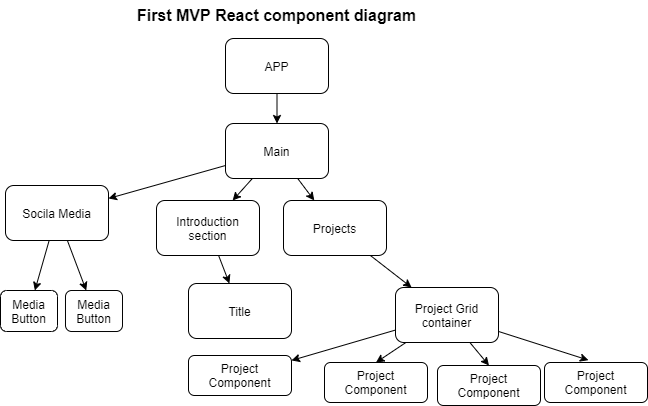
Earlier version of the draw.io export component-diagram.drawio.png (Rubengon84/portfolio2.0). Source tidied: cells renumbered, new cells last; positions are measured from the earlier drawing's top-left corner, leaving out a move shared by most shapes.
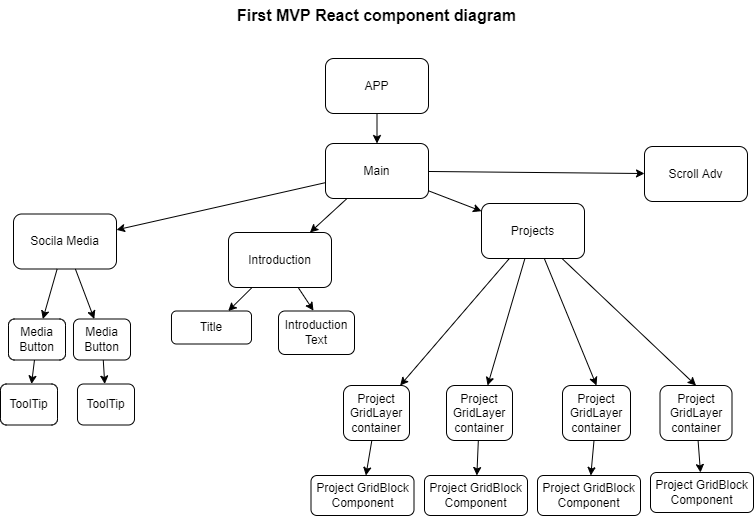
Above is the later version.

Diff of the diagram source:
```diff
@@ -9,19 +9,33 @@
       <mxGeometry relative="1" as="geometry" />
     </mxCell>
     <mxCell id="4" value="&lt;font color=&quot;#000000&quot;&gt;APP&lt;/font&gt;" style="rounded=1;whiteSpace=wrap;html=1;fillColor=none;strokeColor=#000000;" parent="1" vertex="1">
-      <mxGeometry x="225" y="38" width="103" height="55" as="geometry" />
+      <mxGeometry x="225" y="61" width="103" height="55" as="geometry" />
     </mxCell>
     <mxCell id="5" style="edgeStyle=none;html=1;fontColor=#000000;strokeColor=#000000;" parent="1" edge="1" source="6" target="12">
       <mxGeometry relative="1" as="geometry" />
     </mxCell>
+    <mxCell id="28" style="edgeStyle=none;html=1;strokeColor=#000000;" parent="1" edge="1" source="6">
+      <mxGeometry relative="1" as="geometry">
+        <mxPoint x="213" y="313.2" as="targetPoint" />
+      </mxGeometry>
+    </mxCell>
-    <mxCell id="6" value="&lt;font color=&quot;#000000&quot;&gt;Introduction section&lt;/font&gt;" style="rounded=1;whiteSpace=wrap;html=1;fillColor=none;strokeColor=#000000;" parent="1" vertex="1">
-      <mxGeometry x="156" y="200" width="103" height="55" as="geometry" />
+    <mxCell id="6" value="&lt;font color=&quot;#000000&quot;&gt;Introduction&lt;/font&gt;" style="rounded=1;whiteSpace=wrap;html=1;fillColor=none;strokeColor=#000000;" parent="1" vertex="1">
+      <mxGeometry x="128" y="235" width="103" height="55" as="geometry" />
     </mxCell>
     <mxCell id="7" style="edgeStyle=none;html=1;fontColor=#000000;strokeColor=#000000;" parent="1" edge="1" source="8" target="17">
       <mxGeometry relative="1" as="geometry" />
     </mxCell>
+    <mxCell id="29" style="edgeStyle=none;html=1;fontColor=#000000;strokeColor=#000000;" parent="1" edge="1" source="8" target="40">
+      <mxGeometry relative="1" as="geometry" />
+    </mxCell>
+    <mxCell id="30" style="edgeStyle=none;html=1;entryX=0.5;entryY=0;entryDx=0;entryDy=0;fontColor=#000000;strokeColor=#000000;" parent="1" edge="1" source="8" target="42">
+      <mxGeometry relative="1" as="geometry" />
+    </mxCell>
+    <mxCell id="31" style="edgeStyle=none;html=1;entryX=0.5;entryY=0;entryDx=0;entryDy=0;fontColor=#000000;strokeColor=#000000;" parent="1" edge="1" source="8" target="44">
+      <mxGeometry relative="1" as="geometry" />
+    </mxCell>
     <mxCell id="8" value="&lt;font color=&quot;#000000&quot;&gt;Projects&lt;/font&gt;" style="rounded=1;whiteSpace=wrap;html=1;fillColor=none;strokeColor=#000000;" parent="1" vertex="1">
-      <mxGeometry x="283" y="200" width="103" height="55" as="geometry" />
+      <mxGeometry x="381" y="206" width="103" height="55" as="geometry" />
     </mxCell>
     <mxCell id="9" style="edgeStyle=none;html=1;strokeColor=#000000;" parent="1" edge="1" source="11" target="26">
       <mxGeometry relative="1" as="geometry" />
@@ -30,40 +44,31 @@
       <mxGeometry relative="1" as="geometry" />
     </mxCell>
     <mxCell id="11" value="&lt;font color=&quot;#000000&quot;&gt;Socila Media&lt;/font&gt;" style="rounded=1;whiteSpace=wrap;html=1;fillColor=none;strokeColor=#000000;" parent="1" vertex="1">
-      <mxGeometry x="5" y="185" width="103" height="55" as="geometry" />
+      <mxGeometry x="-87" y="216.5" width="103" height="55" as="geometry" />
     </mxCell>
     <mxCell id="12" value="&lt;font color=&quot;#000000&quot;&gt;Title&lt;/font&gt;" style="rounded=1;whiteSpace=wrap;html=1;fillColor=none;strokeColor=#000000;" parent="1" vertex="1">
-      <mxGeometry x="188" y="283" width="103" height="55" as="geometry" />
+      <mxGeometry x="71" y="313.5" width="80" height="33" as="geometry" />
     </mxCell>
     <mxCell id="13" style="edgeStyle=none;html=1;fontColor=#000000;strokeColor=#000000;" parent="1" edge="1" source="17" target="18">
       <mxGeometry relative="1" as="geometry" />
     </mxCell>
-    <mxCell id="14" style="edgeStyle=none;html=1;entryX=0.5;entryY=0;entryDx=0;entryDy=0;fontColor=#000000;strokeColor=#000000;" parent="1" edge="1" source="17" target="19">
-      <mxGeometry relative="1" as="geometry" />
-    </mxCell>
-    <mxCell id="15" style="edgeStyle=none;html=1;entryX=0.5;entryY=0;entryDx=0;entryDy=0;fontColor=#000000;strokeColor=#000000;" parent="1" edge="1" source="17" target="20">
-      <mxGeometry relative="1" as="geometry" />
-    </mxCell>
-    <mxCell id="16" style="edgeStyle=none;html=1;entryX=0.427;entryY=-0.058;entryDx=0;entryDy=0;entryPerimeter=0;fontColor=#000000;strokeColor=#000000;" parent="1" edge="1" source="17" target="21">
-      <mxGeometry relative="1" as="geometry" />
-    </mxCell>
-    <mxCell id="17" value="&lt;font color=&quot;#000000&quot;&gt;Project Grid container&lt;/font&gt;" style="rounded=1;whiteSpace=wrap;html=1;fillColor=none;strokeColor=#000000;" parent="1" vertex="1">
-      <mxGeometry x="395" y="287" width="103" height="55" as="geometry" />
+    <mxCell id="17" value="&lt;font color=&quot;#000000&quot;&gt;Project GridLayer container&lt;/font&gt;" style="rounded=1;whiteSpace=wrap;html=1;fillColor=none;strokeColor=#000000;" parent="1" vertex="1">
+      <mxGeometry x="243" y="388" width="66" height="55" as="geometry" />
     </mxCell>
-    <mxCell id="18" value="&lt;font color=&quot;#000000&quot;&gt;Project Component&lt;/font&gt;" style="rounded=1;whiteSpace=wrap;html=1;fillColor=none;strokeColor=#000000;" parent="1" vertex="1">
-      <mxGeometry x="188" y="355" width="103" height="40" as="geometry" />
+    <mxCell id="18" value="&lt;span style=&quot;color: rgb(0 , 0 , 0)&quot;&gt;Project GridBlock Component&lt;/span&gt;" style="rounded=1;whiteSpace=wrap;html=1;fillColor=none;strokeColor=#000000;" parent="1" vertex="1">
+      <mxGeometry x="210.5" y="478" width="103" height="40" as="geometry" />
     </mxCell>
-    <mxCell id="19" value="&lt;font color=&quot;#000000&quot;&gt;Project Component&lt;/font&gt;" style="rounded=1;whiteSpace=wrap;html=1;fillColor=none;strokeColor=#000000;" parent="1" vertex="1">
-      <mxGeometry x="324" y="362" width="103" height="40" as="geometry" />
+    <mxCell id="19" value="&lt;span style=&quot;color: rgb(0 , 0 , 0)&quot;&gt;Project GridBlock Component&lt;/span&gt;" style="rounded=1;whiteSpace=wrap;html=1;fillColor=none;strokeColor=#000000;" parent="1" vertex="1">
+      <mxGeometry x="324" y="478" width="103" height="40" as="geometry" />
     </mxCell>
-    <mxCell id="20" value="&lt;font color=&quot;#000000&quot;&gt;Project Component&lt;/font&gt;" style="rounded=1;whiteSpace=wrap;html=1;fillColor=none;strokeColor=#000000;" parent="1" vertex="1">
-      <mxGeometry x="437" y="365" width="103" height="40" as="geometry" />
+    <mxCell id="20" value="&lt;font color=&quot;#000000&quot;&gt;Project GridBlock Component&lt;/font&gt;" style="rounded=1;whiteSpace=wrap;html=1;fillColor=none;strokeColor=#000000;" parent="1" vertex="1">
+      <mxGeometry x="437" y="478" width="103" height="40" as="geometry" />
     </mxCell>
-    <mxCell id="21" value="&lt;font color=&quot;#000000&quot;&gt;Project Component&lt;/font&gt;" style="rounded=1;whiteSpace=wrap;html=1;fillColor=none;strokeColor=#000000;" parent="1" vertex="1">
-      <mxGeometry x="544" y="362" width="103" height="40" as="geometry" />
+    <mxCell id="21" value="&lt;span style=&quot;color: rgb(0 , 0 , 0)&quot;&gt;Project GridBlock Component&lt;/span&gt;" style="rounded=1;whiteSpace=wrap;html=1;fillColor=none;strokeColor=#000000;" parent="1" vertex="1">
+      <mxGeometry x="550" y="475" width="103" height="40" as="geometry" />
     </mxCell>
     <mxCell id="22" value="&lt;font style=&quot;font-size: 16px&quot;&gt;&lt;b&gt;First MVP React component diagram&lt;/b&gt;&lt;/font&gt;" style="text;html=1;strokeColor=none;fillColor=none;align=center;verticalAlign=middle;whiteSpace=wrap;rounded=0;fontColor=#000000;" parent="1" vertex="1">
-      <mxGeometry x="126" width="301" height="30" as="geometry" />
+      <mxGeometry x="126" y="3" width="301" height="30" as="geometry" />
     </mxCell>
     <mxCell id="23" style="edgeStyle=none;html=1;strokeColor=#000000;" parent="1" edge="1" source="25" target="6">
       <mxGeometry relative="1" as="geometry" />
@@ -71,14 +76,53 @@
     <mxCell id="24" style="edgeStyle=none;html=1;strokeColor=#000000;" parent="1" edge="1" source="25" target="11">
       <mxGeometry relative="1" as="geometry" />
     </mxCell>
+    <mxCell id="32" style="edgeStyle=none;html=1;fontColor=#000000;strokeColor=#000000;" parent="1" edge="1" source="25" target="38">
+      <mxGeometry relative="1" as="geometry" />
+    </mxCell>
     <mxCell id="25" value="&lt;font color=&quot;#000000&quot;&gt;Main&lt;/font&gt;" style="rounded=1;whiteSpace=wrap;html=1;fillColor=none;strokeColor=#000000;" parent="1" vertex="1">
-      <mxGeometry x="225" y="123" width="103" height="55" as="geometry" />
+      <mxGeometry x="225" y="146" width="103" height="55" as="geometry" />
     </mxCell>
+    <mxCell id="33" style="edgeStyle=none;html=1;strokeColor=#000000;" parent="1" edge="1" source="26" target="36">
+      <mxGeometry relative="1" as="geometry" />
+    </mxCell>
     <mxCell id="26" value="&lt;font color=&quot;#000000&quot;&gt;Media Button&lt;/font&gt;" style="rounded=1;whiteSpace=wrap;html=1;fillColor=none;strokeColor=#000000;" parent="1" vertex="1">
-      <mxGeometry x="65" y="290" width="57" height="41" as="geometry" />
+      <mxGeometry x="-27" y="321.5" width="57" height="41" as="geometry" />
     </mxCell>
+    <mxCell id="34" style="edgeStyle=none;html=1;strokeColor=#000000;" parent="1" edge="1" source="27" target="35">
+      <mxGeometry relative="1" as="geometry" />
+    </mxCell>
     <mxCell id="27" value="&lt;font color=&quot;#000000&quot;&gt;Media Button&lt;/font&gt;" style="rounded=1;whiteSpace=wrap;html=1;fillColor=none;strokeColor=#000000;" parent="1" vertex="1">
-      <mxGeometry y="290" width="57" height="41" as="geometry" />
+      <mxGeometry x="-92" y="321.5" width="57" height="41" as="geometry" />
     </mxCell>
+    <mxCell id="35" value="&lt;font color=&quot;#000000&quot;&gt;ToolTip&lt;/font&gt;" style="rounded=1;whiteSpace=wrap;html=1;fillColor=none;strokeColor=#000000;" parent="1" vertex="1">
+      <mxGeometry x="-100" y="386.5" width="57" height="41" as="geometry" />
+    </mxCell>
+    <mxCell id="36" value="&lt;font color=&quot;#000000&quot;&gt;ToolTip&lt;/font&gt;" style="rounded=1;whiteSpace=wrap;html=1;fillColor=none;strokeColor=#000000;" parent="1" vertex="1">
+      <mxGeometry x="-23" y="386.5" width="57" height="41" as="geometry" />
+    </mxCell>
+    <mxCell id="37" value="&lt;font color=&quot;#000000&quot;&gt;Introduction Text&lt;/font&gt;" style="rounded=1;whiteSpace=wrap;html=1;strokeColor=#000000;fillColor=none;" parent="1" vertex="1">
+      <mxGeometry x="178" y="313.5" width="76" height="43.5" as="geometry" />
+    </mxCell>
+    <mxCell id="38" value="&lt;font color=&quot;#000000&quot;&gt;Scroll Adv&lt;/font&gt;" style="rounded=1;whiteSpace=wrap;html=1;fillColor=none;strokeColor=#000000;" parent="1" vertex="1">
+      <mxGeometry x="544" y="149" width="103" height="55" as="geometry" />
+    </mxCell>
+    <mxCell id="39" style="edgeStyle=none;html=1;fontColor=#000000;strokeColor=#000000;" parent="1" edge="1" source="40" target="19">
+      <mxGeometry relative="1" as="geometry" />
+    </mxCell>
+    <mxCell id="40" value="&lt;font color=&quot;#000000&quot;&gt;Project GridLayer container&lt;/font&gt;" style="rounded=1;whiteSpace=wrap;html=1;fillColor=none;strokeColor=#000000;" parent="1" vertex="1">
+      <mxGeometry x="346" y="388" width="66" height="55" as="geometry" />
+    </mxCell>
+    <mxCell id="41" style="edgeStyle=none;html=1;fontColor=#000000;strokeColor=#000000;" parent="1" edge="1" source="42" target="20">
+      <mxGeometry relative="1" as="geometry" />
+    </mxCell>
+    <mxCell id="42" value="&lt;font color=&quot;#000000&quot;&gt;Project GridLayer container&lt;/font&gt;" style="rounded=1;whiteSpace=wrap;html=1;fillColor=none;strokeColor=#000000;" parent="1" vertex="1">
+      <mxGeometry x="462" y="388" width="68" height="55" as="geometry" />
+    </mxCell>
+    <mxCell id="43" style="edgeStyle=none;html=1;fontColor=#000000;strokeColor=#000000;" parent="1" edge="1" source="44" target="21">
+      <mxGeometry relative="1" as="geometry" />
+    </mxCell>
+    <mxCell id="44" value="&lt;font color=&quot;#000000&quot;&gt;Project GridLayer container&lt;/font&gt;" style="rounded=1;whiteSpace=wrap;html=1;fillColor=none;strokeColor=#000000;" parent="1" vertex="1">
+      <mxGeometry x="559.5" y="388" width="72" height="55" as="geometry" />
+    </mxCell>
   </root>
 </mxGraphModel>
```
